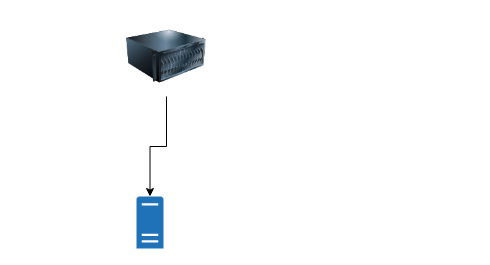
The draw.io diagram Prueba.drawio in YOviedo-2402/hello-git, before the edit. Source tidied: cells renumbered, new cells numbered last; positions are measured from the earlier drawing's top-left corner, leaving out a move shared by most shapes. Both pictures are drawn from the tidied source at 100%, with x=0, y=0 at pixel (126, 16).
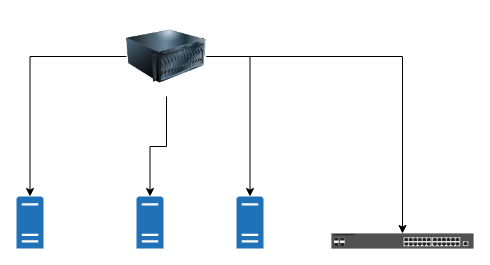
After the change.

Diff of the diagram source:
```diff
@@
 <mxGraphModel>
   <root>
     <mxCell id="0" />
     <mxCell id="1" parent="0" />
     <mxCell id="2" style="edgeStyle=orthogonalEdgeStyle;rounded=0;jettySize=auto;html=1;" parent="1" edge="1" source="3" target="4">
       <mxGeometry relative="1" as="geometry" />
     </mxCell>
+    <mxCell id="5" style="edgeStyle=orthogonalEdgeStyle;rounded=0;jettySize=auto;html=1;" parent="1" edge="1" source="3" target="8">
+      <mxGeometry relative="1" as="geometry" />
+    </mxCell>
+    <mxCell id="6" style="edgeStyle=orthogonalEdgeStyle;rounded=0;jettySize=auto;html=1;" parent="1" edge="1" source="3" target="9">
+      <mxGeometry relative="1" as="geometry" />
+    </mxCell>
+    <mxCell id="7" style="edgeStyle=orthogonalEdgeStyle;rounded=0;jettySize=auto;html=1;" parent="1" edge="1" source="3" target="10">
+      <mxGeometry relative="1" as="geometry" />
+    </mxCell>
     <mxCell id="3" style="image;html=1;image=img/lib/clip_art/computers/Server_128x128.png;" parent="1" vertex="1">
       <mxGeometry width="80" height="80" as="geometry" />
     </mxCell>
     <mxCell id="4" style="sketch=0;shadow=0;dashed=0;html=1;strokeColor=none;labelPosition=center;verticalLabelPosition=bottom;verticalAlign=top;outlineConnect=0;align=center;shape=mxgraph.office.servers.physical_host;fillColor=#2072B8;" parent="1" vertex="1">
       <mxGeometry x="10" y="180" width="27" height="52" as="geometry" />
     </mxCell>
+    <mxCell id="8" style="sketch=0;shadow=0;dashed=0;html=1;strokeColor=none;labelPosition=center;verticalLabelPosition=bottom;verticalAlign=top;outlineConnect=0;align=center;shape=mxgraph.office.servers.physical_host;fillColor=#2072B8;" parent="1" vertex="1">
+      <mxGeometry x="-110" y="180" width="27" height="52" as="geometry" />
+    </mxCell>
+    <mxCell id="9" style="sketch=0;shadow=0;dashed=0;html=1;strokeColor=none;labelPosition=center;verticalLabelPosition=bottom;verticalAlign=top;outlineConnect=0;align=center;shape=mxgraph.office.servers.physical_host;fillColor=#2072B8;" parent="1" vertex="1">
+      <mxGeometry x="110" y="180" width="27" height="52" as="geometry" />
+    </mxCell>
+    <mxCell id="10" style="html=1;verticalLabelPosition=bottom;verticalAlign=top;outlineConnect=0;shadow=0;dashed=0;shape=mxgraph.rack.hpe_aruba.switches.jl253a_aruba_2930f_24g_4sfpplus_switch;" parent="1" vertex="1">
+      <mxGeometry x="205" y="217" width="142" height="15" as="geometry" />
+    </mxCell>
   </root>
 </mxGraphModel>
```
